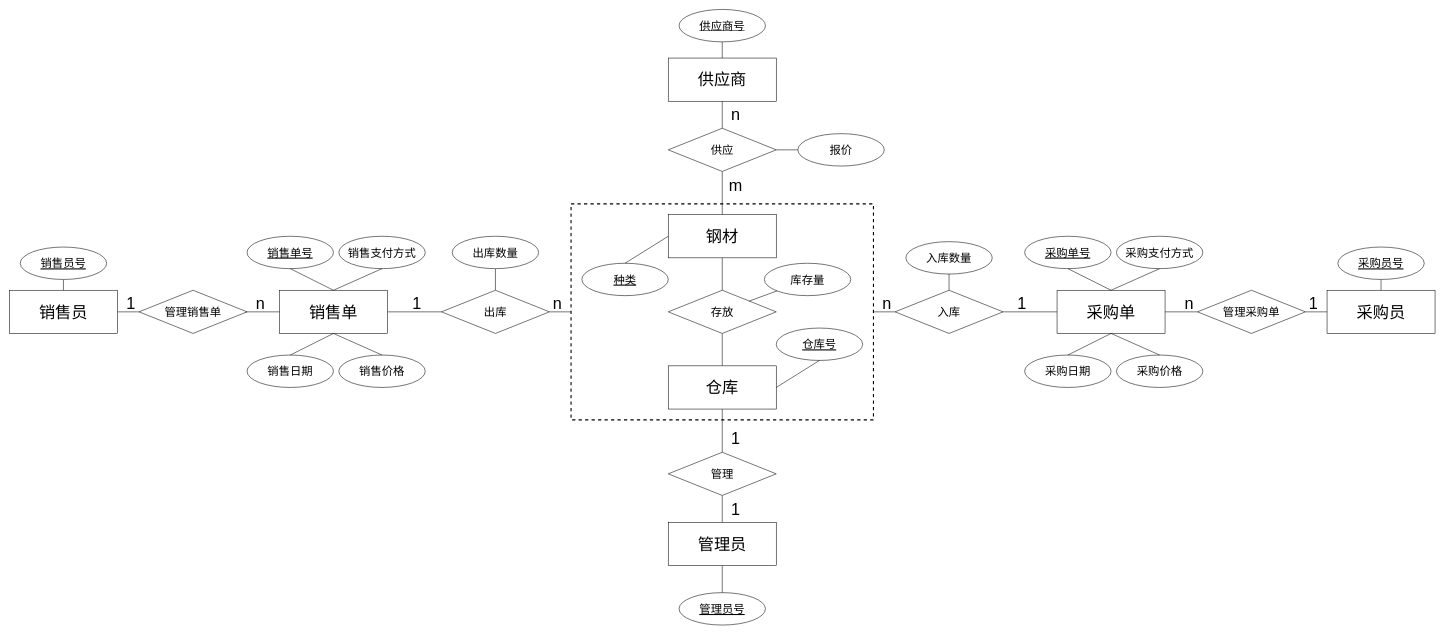
This is 大作业E-R图.drawio from minhuomin/minhuomin.github, a draw.io file, before an edit. Source tidied: cells renumbered, new cells numbered last; positions are measured from the earlier drawing's top-left corner, leaving out a move shared by most shapes. Both pictures are drawn from the tidied source at 54%, with x=0, y=0 at pixel (9, 9).
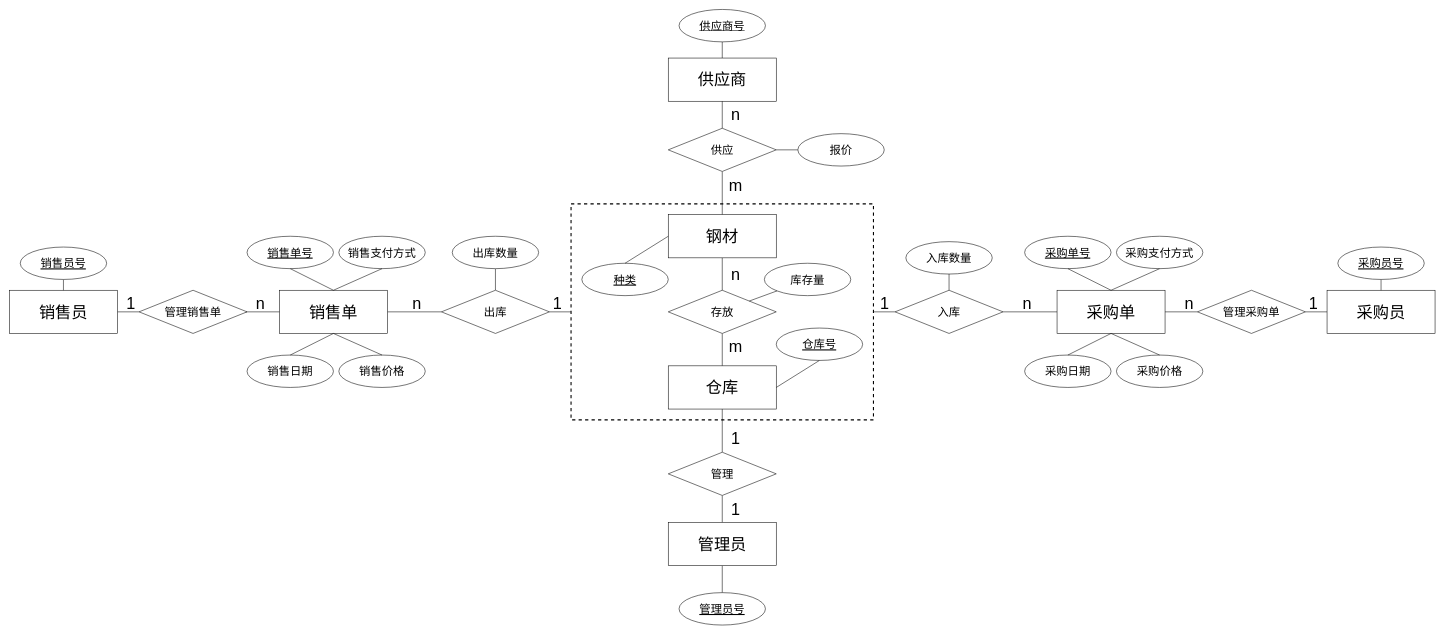
The same diagram, later.

Commit message:
更新大作业E-R图.drawio

Change to the diagram source:
```diff
@@
     <mxCell id="64" value="1" style="text;html=1;strokeColor=none;fillColor=none;align=center;verticalAlign=middle;whiteSpace=wrap;rounded=0;dashed=1;strokeWidth=2;fontSize=30;" parent="1" vertex="1">
-      <mxGeometry x="740" y="530" width="30" height="30" as="geometry" />
+      <mxGeometry x="1000" y="530" width="30" height="30" as="geometry" />
     </mxCell>
     <mxCell id="65" value="1" style="text;html=1;strokeColor=none;fillColor=none;align=center;verticalAlign=middle;whiteSpace=wrap;rounded=0;dashed=1;strokeWidth=2;fontSize=30;" parent="1" vertex="1">
-      <mxGeometry x="1860" y="530" width="30" height="30" as="geometry" />
+      <mxGeometry x="1606" y="530" width="30" height="30" as="geometry" />
     </mxCell>
@@
     <mxCell id="70" value="n" style="text;html=1;strokeColor=none;fillColor=none;align=center;verticalAlign=middle;whiteSpace=wrap;rounded=0;dashed=1;strokeWidth=2;fontSize=30;" parent="1" vertex="1">
-      <mxGeometry x="1000" y="530" width="30" height="30" as="geometry" />
+      <mxGeometry x="740" y="530" width="30" height="30" as="geometry" />
     </mxCell>
     <mxCell id="71" value="n" style="text;html=1;strokeColor=none;fillColor=none;align=center;verticalAlign=middle;whiteSpace=wrap;rounded=0;dashed=1;strokeWidth=2;fontSize=30;" parent="1" vertex="1">
-      <mxGeometry x="1610" y="530" width="30" height="30" as="geometry" />
+      <mxGeometry x="1870" y="530" width="30" height="30" as="geometry" />
     </mxCell>
@@
+    <mxCell id="81" value="n" style="text;html=1;strokeColor=none;fillColor=none;align=center;verticalAlign=middle;whiteSpace=wrap;rounded=0;dashed=1;strokeWidth=2;fontSize=30;" parent="1" vertex="1">
+      <mxGeometry x="1330" y="475" width="30" height="30" as="geometry" />
+    </mxCell>
+    <mxCell id="82" value="m" style="text;html=1;strokeColor=none;fillColor=none;align=center;verticalAlign=middle;whiteSpace=wrap;rounded=0;dashed=1;strokeWidth=2;fontSize=30;" parent="1" vertex="1">
+      <mxGeometry x="1330" y="608" width="30" height="30" as="geometry" />
+    </mxCell>
```
